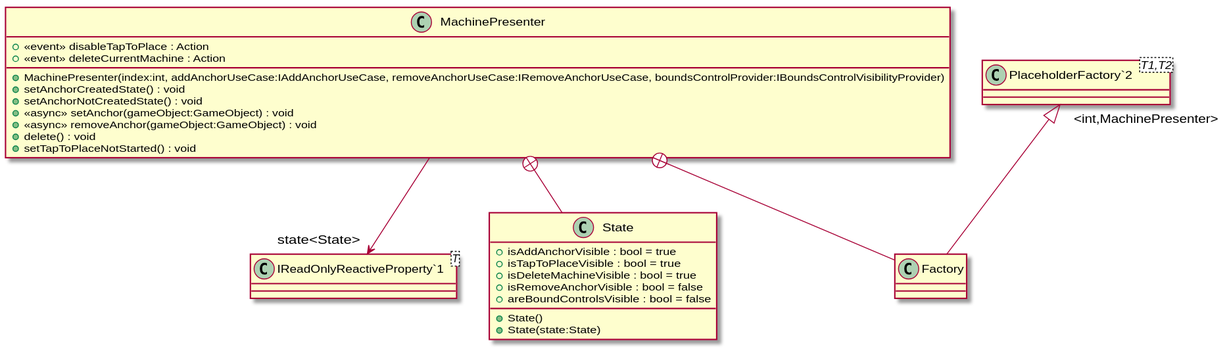
DeNatur/ProductionFloorVisualization keeps this PlantUML diagram as UML/presenters/MachinePresenter.svg. Above is the earlier version.
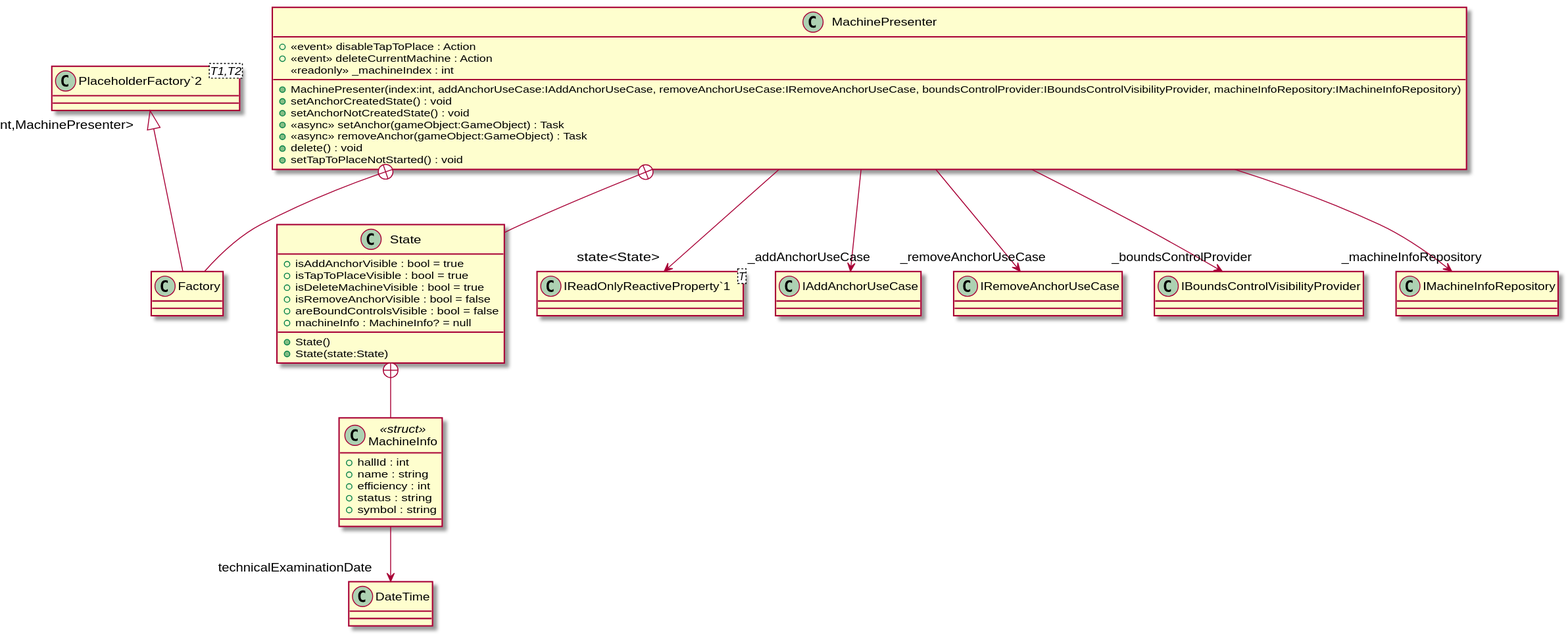
After the commit.

Diff of the diagram source:
```diff
@@ -1,18 +1,15 @@
 @startuml
 class MachinePresenter {
-    + MachinePresenter(index:int, addAnchorUseCase:IAddAnchorUseCase, removeAnchorUseCase:IRemoveAnchorUseCase, boundsControlProvider:IBoundsControlVisibilityProvider)
     +  <<event>> disableTapToPlace : Action
     +  <<event>> deleteCurrentMachine : Action
+    <<readonly>> _machineIndex : int
+    + MachinePresenter(index:int, addAnchorUseCase:IAddAnchorUseCase, removeAnchorUseCase:IRemoveAnchorUseCase, boundsControlProvider:IBoundsControlVisibilityProvider, machineInfoRepository:IMachineInfoRepository)
     + setAnchorCreatedState() : void
     + setAnchorNotCreatedState() : void
-    + <<async>> setAnchor(gameObject:GameObject) : void
-    + <<async>> removeAnchor(gameObject:GameObject) : void
+    + <<async>> setAnchor(gameObject:GameObject) : Task
+    + <<async>> removeAnchor(gameObject:GameObject) : Task
     + delete() : void
     + setTapToPlaceNotStarted() : void
-}
-class "IReadOnlyReactiveProperty`1"<T> {
-}
-class Factory {
 }
 class State {
     + isAddAnchorVisible : bool = true
@@ -20,13 +17,31 @@
     + isDeleteMachineVisible : bool = true
     + isRemoveAnchorVisible : bool = false
     + areBoundControlsVisible : bool = false
+    + machineInfo : MachineInfo? = null
     + State()
     + State(state:State)
+}
+class "IReadOnlyReactiveProperty`1"<T> {
+}
+class Factory {
+}
+class MachineInfo <<struct>> {
+    + hallId : int
+    + name : string
+    + efficiency : int
+    + status : string
+    + symbol : string
 }
 class "PlaceholderFactory`2"<T1,T2> {
 }
 MachinePresenter --> "state<State>" "IReadOnlyReactiveProperty`1"
+MachinePresenter --> "_addAnchorUseCase" IAddAnchorUseCase
+MachinePresenter --> "_removeAnchorUseCase" IRemoveAnchorUseCase
+MachinePresenter --> "_boundsControlProvider" IBoundsControlVisibilityProvider
+MachinePresenter --> "_machineInfoRepository" IMachineInfoRepository
+MachinePresenter +-- State
 MachinePresenter +-- Factory
 "PlaceholderFactory`2" "<int,MachinePresenter>" <|-- Factory
-MachinePresenter +-- State
+State +-- MachineInfo
+MachineInfo --> "technicalExaminationDate" DateTime
 @enduml
```
